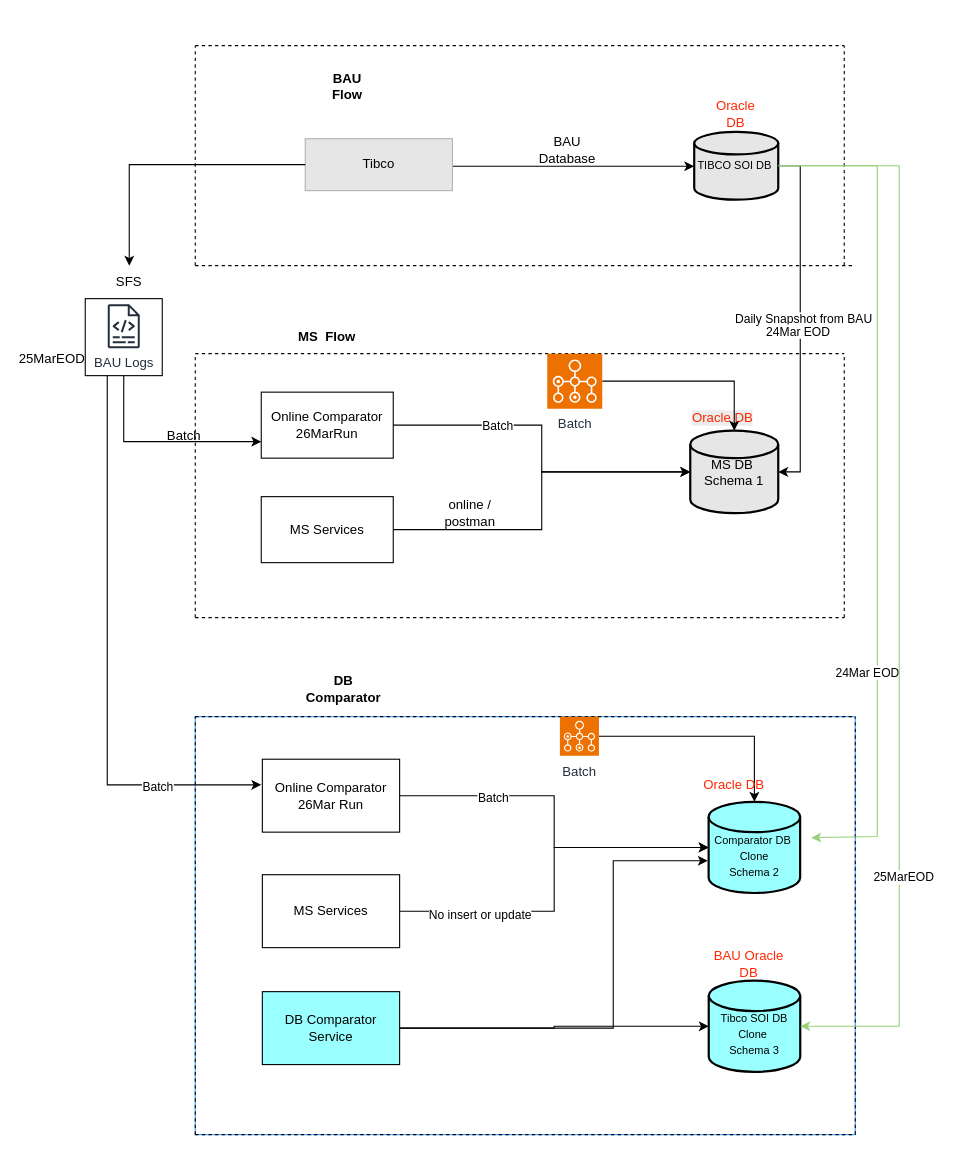
vigneswaran-svm/tibco_architecture keeps this draw.io diagram as page "table-comparator-snapshot" (3 of 4) of archtecture_diagram/Batch_File_Arch.drawio. Above is the earlier version. Source tidied: cells renumbered, new cells numbered last; positions are measured from the earlier drawing's top-left corner, leaving out a move shared by most shapes. Both pictures are drawn from the tidied source at 110%, with x=0, y=0 at pixel (19, 45).
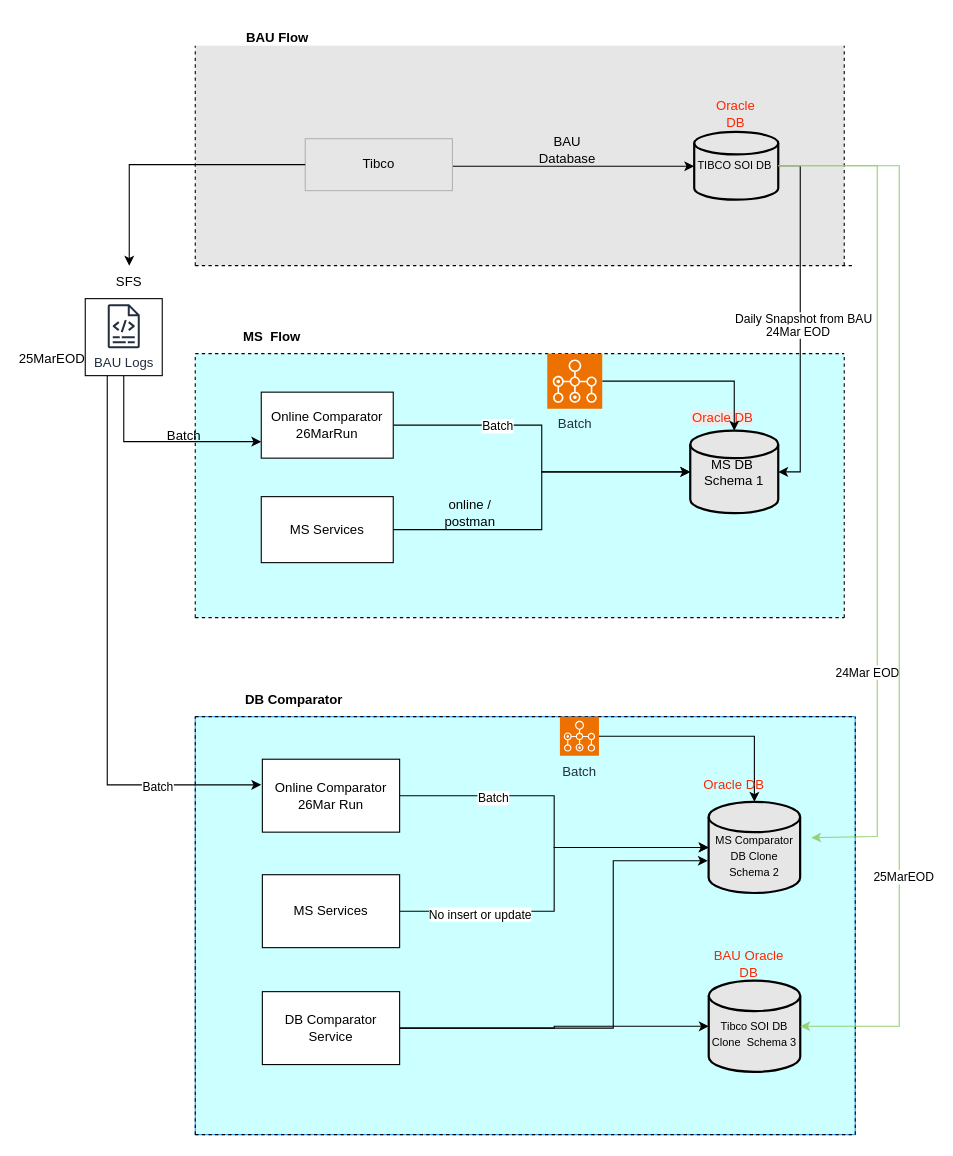
After the change.

Unchanged cells that the change refers to:
```xml
<mxCell id="7" style="group;" parent="2" vertex="1">
  <mxGeometry x="100" y="25" width="430" height="115" as="geometry" />
</mxCell>
<mxCell id="45" style="group;" parent="40" vertex="1">
  <mxGeometry x="61" width="489" height="210" as="geometry" />
</mxCell>
```

The edit, as a diff of the source:
```diff
@@
-    <mxCell id="2" style="group;" parent="1" vertex="1">
+    <mxCell id="2" style="group;fillColor=#E6E6E6;" parent="1" vertex="1">
       <mxGeometry x="160" width="590" height="200" as="geometry" />
     </mxCell>
@@
-    <mxCell id="4" style="endArrow=none;dashed=1;html=1;rounded=0;curved=0;" parent="2" edge="1">
-      <mxGeometry relative="1" as="geometry">
-        <mxPoint as="sourcePoint" />
-        <mxPoint x="590" as="targetPoint" />
-      </mxGeometry>
-    </mxCell>
@@
-    <mxCell id="11" value="BAU Flow" style="text;html=1;whiteSpace=wrap;strokeColor=none;fillColor=none;align=center;verticalAlign=middle;rounded=0;fontStyle=1;" parent="7" vertex="1">
-      <mxGeometry x="9.6" width="57.3" height="24.6" as="geometry" />
-    </mxCell>
@@
-    <mxCell id="14" style="group;" parent="1" vertex="1">
+    <mxCell id="14" style="group;fillColor=#CCFFFF;" parent="1" vertex="1">
       <mxGeometry x="160" y="280" width="590" height="240" as="geometry" />
     </mxCell>
@@
     <mxCell id="34" value="&lt;b&gt;MS &amp;nbsp;Flow&lt;/b&gt;" style="text;html=1;whiteSpace=wrap;strokeColor=none;fillColor=none;align=center;verticalAlign=middle;rounded=0;" parent="1" vertex="1">
-      <mxGeometry x="250" y="250" width="60" height="30" as="geometry" />
+      <mxGeometry x="200" y="250" width="60" height="30" as="geometry" />
     </mxCell>
@@
-    <mxCell id="40" style="group;strokeColor=#3399FF;" parent="1" vertex="1">
+    <mxCell id="40" style="group;strokeColor=#3399FF;fillColor=#CCFFFF;" parent="1" vertex="1">
       <mxGeometry x="160" y="610" width="600" height="380" as="geometry" />
     </mxCell>
@@
-    <mxCell id="49" value="&lt;div&gt;&lt;font style=&quot;font-size: 10px;&quot;&gt;&lt;br&gt;&lt;/font&gt;&lt;/div&gt;&lt;font style=&quot;font-size: 10px;&quot;&gt;Comparator DB&amp;nbsp;&lt;/font&gt;&lt;div&gt;&lt;font style=&quot;font-size: 10px;&quot;&gt;Clone&lt;br&gt;&lt;/font&gt;&lt;div&gt;&lt;font style=&quot;font-size: 10px;&quot;&gt;Schema 2&lt;/font&gt;&lt;/div&gt;&lt;/div&gt;" style="strokeWidth=2;html=1;shape=mxgraph.flowchart.database;whiteSpace=wrap;fillColor=#99FFFF;" parent="45" vertex="1">
+    <mxCell id="49" value="&lt;div&gt;&lt;font style=&quot;font-size: 10px;&quot;&gt;&lt;br&gt;&lt;/font&gt;&lt;/div&gt;&lt;font style=&quot;font-size: 10px;&quot;&gt;MS Comparator DB&amp;nbsp;&lt;/font&gt;&lt;span style=&quot;font-size: 10px;&quot;&gt;Clone&lt;/span&gt;&lt;div&gt;&lt;div&gt;&lt;font style=&quot;font-size: 10px;&quot;&gt;Schema 2&lt;/font&gt;&lt;/div&gt;&lt;/div&gt;" style="strokeWidth=2;html=1;shape=mxgraph.flowchart.database;whiteSpace=wrap;fillColor=#E6E6E6;" parent="45" vertex="1">
       <mxGeometry x="405.7" y="77.4" width="83.2" height="82.9" as="geometry" />
     </mxCell>
@@
-    <mxCell id="56" value="&lt;div&gt;&lt;font style=&quot;font-size: 10px;&quot;&gt;&lt;br&gt;&lt;/font&gt;&lt;/div&gt;&lt;font style=&quot;font-size: 10px;&quot;&gt;Tibco SOI DB Clone&amp;nbsp;&lt;/font&gt;&lt;div&gt;&lt;font style=&quot;font-size: 10px;&quot;&gt;Schema 3&lt;/font&gt;&lt;/div&gt;" style="strokeWidth=2;html=1;shape=mxgraph.flowchart.database;whiteSpace=wrap;fillColor=#99FFFF;" parent="40" vertex="1">
+    <mxCell id="56" value="&lt;div&gt;&lt;font style=&quot;font-size: 10px;&quot;&gt;&lt;br&gt;&lt;/font&gt;&lt;/div&gt;&lt;font style=&quot;font-size: 10px;&quot;&gt;Tibco SOI DB Clone &amp;nbsp;&lt;/font&gt;&lt;span style=&quot;font-size: 10px;&quot;&gt;Schema 3&lt;/span&gt;" style="strokeWidth=2;html=1;shape=mxgraph.flowchart.database;whiteSpace=wrap;fillColor=#E6E6E6;" parent="40" vertex="1">
       <mxGeometry x="466.8" y="240" width="83.2" height="82.9" as="geometry" />
     </mxCell>
@@
-    <mxCell id="59" value="DB Comparator Service" style="rounded=0;whiteSpace=wrap;html=1;fillColor=#99FFFF;" parent="40" vertex="1">
+    <mxCell id="59" value="DB Comparator Service" style="rounded=0;whiteSpace=wrap;html=1;fillColor=#FFFFFF;" parent="40" vertex="1">
       <mxGeometry x="61" y="250" width="124.8" height="66.3" as="geometry" />
     </mxCell>
@@
     <mxCell id="61" value="&lt;b&gt;DB Comparator&lt;/b&gt;" style="text;html=1;whiteSpace=wrap;strokeColor=none;fillColor=none;align=center;verticalAlign=middle;rounded=0;" parent="1" vertex="1">
-      <mxGeometry x="250" y="570" width="90" height="30" as="geometry" />
+      <mxGeometry x="190" y="580" width="120" height="30" as="geometry" />
     </mxCell>
@@
+    <mxCell id="11" value="BAU Flow" style="text;html=1;whiteSpace=wrap;strokeColor=none;fillColor=none;align=center;verticalAlign=middle;rounded=0;fontStyle=1;" parent="1" vertex="1">
+      <mxGeometry x="180" y="-24.6" width="110" height="34.6" as="geometry" />
+    </mxCell>
```
